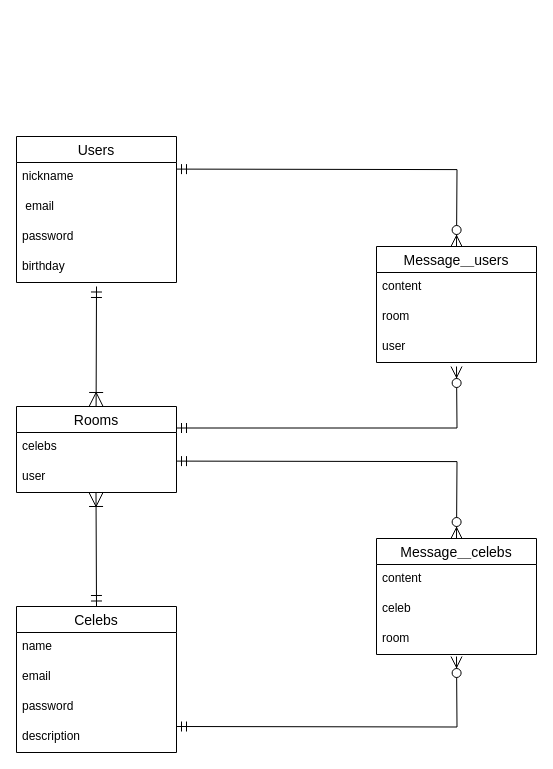
Before: test.dio in soma1999/myapp, a draw.io diagram. Source tidied: cells renumbered, new cells numbered last; positions are measured from the earlier drawing's top-left corner, leaving out a move shared by most shapes. Both pictures are drawn from the tidied source at 100%, with x=0, y=0 at pixel (16, 136).
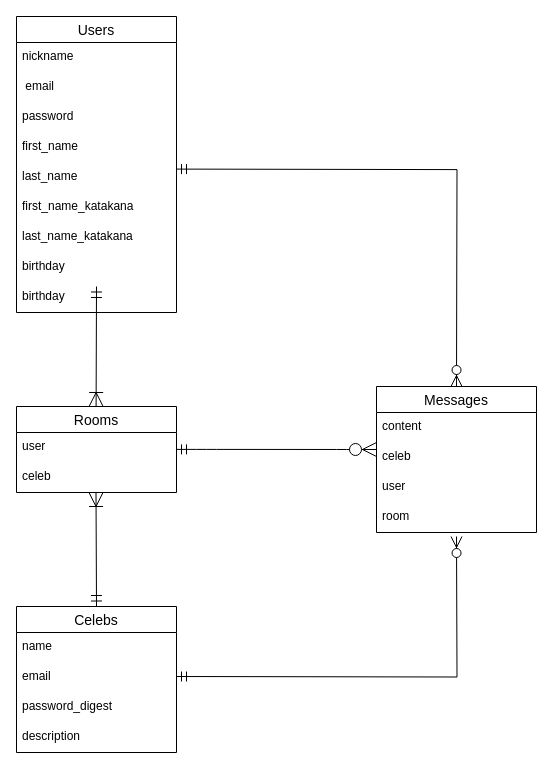
Above is the later version.

Unchanged cells that the change refers to:
```xml
<mxCell id="6" value="Rooms" style="swimlane;fontStyle=0;horizontal=1;startSize=26;align=center;fontSize=14;" parent="1" vertex="1">
  <mxGeometry y="270" width="160" height="86" as="geometry" />
</mxCell>
<mxCell id="16" value="celeb" style="text;strokeColor=none;fillColor=none;spacingLeft=4;spacingRight=4;overflow=hidden;points=[[0,0.5],[1,0.5]];portConstraint=eastwest;fontSize=12;" parent="14" vertex="1">
  <mxGeometry y="56" width="160" height="30" as="geometry" />
</mxCell>
<mxCell id="19" value="Celebs" style="swimlane;fontStyle=0;horizontal=1;startSize=26;align=center;fontSize=14;direction=east;" parent="1" vertex="1">
  <mxGeometry y="470" width="160" height="146" as="geometry" />
</mxCell>
```

Change to the diagram source:
```diff
@@
-    <mxCell id="2" value="Message＿users" style="swimlane;fontStyle=0;horizontal=1;startSize=26;align=center;fontSize=14;" parent="1" vertex="1">
-      <mxGeometry x="360" y="110" width="160" height="116" as="geometry" />
-    </mxCell>
-    <mxCell id="3" value="content" style="text;strokeColor=none;fillColor=none;spacingLeft=4;spacingRight=4;overflow=hidden;fontSize=12;" parent="2" vertex="1">
-      <mxGeometry y="26" width="160" height="30" as="geometry" />
-    </mxCell>
-    <mxCell id="4" value="room" style="text;strokeColor=none;fillColor=none;spacingLeft=4;spacingRight=4;overflow=hidden;fontSize=12;" parent="2" vertex="1">
-      <mxGeometry y="56" width="160" height="30" as="geometry" />
-    </mxCell>
-    <mxCell id="5" value="user" style="text;strokeColor=none;fillColor=none;spacingLeft=4;spacingRight=4;overflow=hidden;fontSize=12;" parent="2" vertex="1">
-      <mxGeometry y="86" width="160" height="30" as="geometry" />
-    </mxCell>
@@
-    <mxCell id="7" value="celebs" style="text;strokeColor=none;fillColor=none;spacingLeft=4;spacingRight=4;overflow=hidden;fontSize=12;" parent="6" vertex="1">
-      <mxGeometry y="26" width="160" height="30" as="geometry" />
-    </mxCell>
     <mxCell id="8" value="user" style="text;strokeColor=none;fillColor=none;spacingLeft=4;spacingRight=4;overflow=hidden;fontSize=12;" parent="6" vertex="1">
-      <mxGeometry y="56" width="160" height="30" as="geometry" />
+      <mxGeometry y="26" width="160" height="30" as="geometry" />
     </mxCell>
+    <mxCell id="29" value="celeb" style="text;strokeColor=none;fillColor=none;spacingLeft=4;spacingRight=4;overflow=hidden;fontSize=12;" parent="6" vertex="1">
+      <mxGeometry y="56" width="160" height="30" as="geometry" />
+    </mxCell>
     <mxCell id="9" value="Users" style="swimlane;fontStyle=0;horizontal=1;startSize=26;align=center;fontSize=14;" parent="1" vertex="1">
-      <mxGeometry width="160" height="146" as="geometry" />
+      <mxGeometry y="-120" width="160" height="296" as="geometry" />
     </mxCell>
@@
+    <mxCell id="30" value="first_name" style="text;strokeColor=none;fillColor=none;spacingLeft=4;spacingRight=4;overflow=hidden;fontSize=12;" parent="9" vertex="1">
+      <mxGeometry y="116" width="160" height="30" as="geometry" />
+    </mxCell>
+    <mxCell id="31" value="last_name" style="text;strokeColor=none;fillColor=none;spacingLeft=4;spacingRight=4;overflow=hidden;fontSize=12;" parent="9" vertex="1">
+      <mxGeometry y="146" width="160" height="30" as="geometry" />
+    </mxCell>
+    <mxCell id="32" value="first_name_katakana" style="text;strokeColor=none;fillColor=none;spacingLeft=4;spacingRight=4;overflow=hidden;fontSize=12;" parent="9" vertex="1">
+      <mxGeometry y="176" width="160" height="30" as="geometry" />
+    </mxCell>
+    <mxCell id="33" value="last_name_katakana" style="text;strokeColor=none;fillColor=none;spacingLeft=4;spacingRight=4;overflow=hidden;fontSize=12;" parent="9" vertex="1">
+      <mxGeometry y="206" width="160" height="30" as="geometry" />
+    </mxCell>
     <mxCell id="13" value="birthday" style="text;strokeColor=none;fillColor=none;spacingLeft=4;spacingRight=4;overflow=hidden;fontSize=12;" parent="9" vertex="1">
-      <mxGeometry y="116" width="160" height="30" as="geometry" />
+      <mxGeometry y="236" width="160" height="30" as="geometry" />
     </mxCell>
+    <mxCell id="34" value="birthday" style="text;strokeColor=none;fillColor=none;spacingLeft=4;spacingRight=4;overflow=hidden;fontSize=12;" parent="9" vertex="1">
+      <mxGeometry y="266" width="160" height="30" as="geometry" />
+    </mxCell>
+    <mxCell id="28" style="edgeStyle=orthogonalEdgeStyle;rounded=0;jettySize=auto;html=1;exitX=0.75;exitY=0;exitDx=0;exitDy=0;" parent="1" edge="1" source="14">
+      <mxGeometry relative="1" as="geometry">
+        <mxPoint x="490" y="260" as="targetPoint" />
+      </mxGeometry>
+    </mxCell>
-    <mxCell id="14" value="Message＿celebs" style="swimlane;fontStyle=0;horizontal=1;startSize=26;align=center;fontSize=14;" parent="1" vertex="1">
-      <mxGeometry x="360" y="402" width="160" height="116" as="geometry" />
+    <mxCell id="14" value="Messages" style="swimlane;fontStyle=0;horizontal=1;startSize=26;align=center;fontSize=14;" parent="1" vertex="1">
+      <mxGeometry x="360" y="250" width="160" height="146" as="geometry" />
     </mxCell>
@@
+    <mxCell id="5" value="user" style="text;strokeColor=none;fillColor=none;spacingLeft=4;spacingRight=4;overflow=hidden;fontSize=12;" parent="14" vertex="1">
+      <mxGeometry y="86" width="160" height="30" as="geometry" />
+    </mxCell>
     <mxCell id="17" value="room" style="text;strokeColor=none;fillColor=none;spacingLeft=4;spacingRight=4;overflow=hidden;fontSize=12;" parent="14" vertex="1">
-      <mxGeometry y="86" width="160" height="30" as="geometry" />
+      <mxGeometry y="116" width="160" height="30" as="geometry" />
     </mxCell>
     <mxCell id="18" style="edgeStyle=orthogonalEdgeStyle;fontSize=12;html=1;endArrow=ERzeroToMany;startArrow=ERmandOne;elbow=vertical;endSize=9;rounded=0;endFill=1;jumpSize=6;startSize=8;" parent="1" edge="1">
       <mxGeometry relative="1" as="geometry">
-        <mxPoint x="160" y="590" as="sourcePoint" />
-        <mxPoint x="440" y="520" as="targetPoint" />
+        <mxPoint x="160" y="540" as="sourcePoint" />
+        <mxPoint x="440" y="400" as="targetPoint" />
       </mxGeometry>
     </mxCell>
@@
-    <mxCell id="22" value="password" style="text;strokeColor=none;fillColor=none;spacingLeft=4;spacingRight=4;overflow=hidden;fontSize=12;" parent="19" vertex="1">
+    <mxCell id="22" value="password_digest" style="text;strokeColor=none;fillColor=none;spacingLeft=4;spacingRight=4;overflow=hidden;fontSize=12;" parent="19" vertex="1">
       <mxGeometry y="86" width="160" height="30" as="geometry" />
     </mxCell>
@@
-    <mxCell id="26" style="edgeStyle=orthogonalEdgeStyle;fontSize=12;html=1;endArrow=ERzeroToMany;startArrow=ERmandOne;elbow=vertical;endSize=9;rounded=0;endFill=1;jumpSize=6;startSize=8;exitX=1;exitY=0.25;exitDx=0;exitDy=0;" parent="1" edge="1" source="6">
-      <mxGeometry relative="1" as="geometry">
-        <mxPoint x="440" y="230" as="targetPoint" />
-      </mxGeometry>
-    </mxCell>
     <mxCell id="27" style="edgeStyle=orthogonalEdgeStyle;fontSize=12;html=1;endArrow=ERzeroToMany;startArrow=ERmandOne;elbow=vertical;endSize=9;rounded=0;endFill=1;jumpSize=6;startSize=8;" parent="1" edge="1">
       <mxGeometry relative="1" as="geometry">
         <mxPoint x="160" y="32.6" as="sourcePoint" />
-        <mxPoint x="440" y="110" as="targetPoint" />
+        <mxPoint x="440" y="250" as="targetPoint" />
       </mxGeometry>
     </mxCell>
-    <mxCell id="28" style="edgeStyle=orthogonalEdgeStyle;fontSize=12;html=1;endArrow=ERzeroToMany;startArrow=ERmandOne;elbow=vertical;endSize=9;rounded=0;endFill=1;jumpSize=6;startSize=8;" parent="1" edge="1">
-      <mxGeometry relative="1" as="geometry">
-        <mxPoint x="160" y="324.6" as="sourcePoint" />
-        <mxPoint x="440" y="402" as="targetPoint" />
-      </mxGeometry>
-    </mxCell>
+    <mxCell id="35" style="edgeStyle=entityRelationEdgeStyle;fontSize=12;html=1;endArrow=ERzeroToMany;startArrow=ERmandOne;entryX=0;entryY=0.233;entryDx=0;entryDy=0;entryPerimeter=0;endSize=12;startSize=8;" parent="1" edge="1" target="16">
+      <mxGeometry relative="1" as="geometry">
+        <mxPoint x="160" y="312.9" as="sourcePoint" />
+      </mxGeometry>
+    </mxCell>
```
